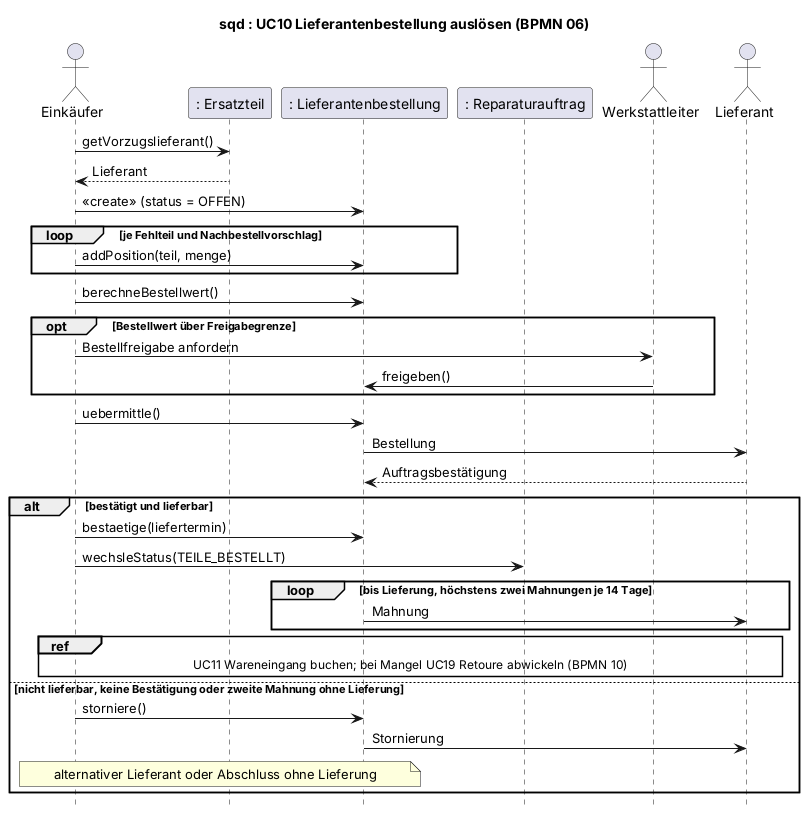
This is 2_uml/entwurf-plantuml/sequenz-06-nachbestellvorschlag.png from jakobschwan123-cmd/casestudy-semester-3, a PlantUML export, as it was before one commit. Source of this version:
```plantuml
@startuml
title sqd : UC10 Lieferantenbestellung auslösen (BPMN 06)
skinparam defaultFontName Arial
skinparam sequenceMessageAlign left
skinparam maxMessageSize 170
hide footbox

actor "Einkäufer" as E
participant ": Ersatzteil" as ET
participant ": Lieferantenbestellung" as BEST
participant ": Reparaturauftrag" as RA
actor Werkstattleiter as WL
actor Lieferant

E -> ET : getVorzugslieferant()
ET --> E : Lieferant
E -> BEST : <<create>> (status = OFFEN)
loop je Fehlteil und Nachbestellvorschlag
    E -> BEST : addPosition(teil, menge)
end
E -> BEST : berechneBestellwert()
opt Bestellwert über Freigabegrenze
    E -> WL : Bestellfreigabe anfordern
    WL -> BEST : freigeben()
end
E -> BEST : uebermittle()
BEST -> Lieferant : Bestellung
Lieferant --> BEST : Auftragsbestätigung
alt bestätigt und lieferbar
    E -> BEST : bestaetige(liefertermin)
    E -> RA : wechsleStatus(TEILE_BESTELLT)
    loop bis Lieferung, höchstens zwei Mahnungen je 14 Tage
        BEST -> Lieferant : Mahnung
    end
    ref over E, BEST, Lieferant : UC11 Wareneingang buchen; bei Mangel UC19 Retoure abwickeln (BPMN 10)
else nicht lieferbar, keine Bestätigung oder zweite Mahnung ohne Lieferung
    E -> BEST : storniere()
    BEST -> Lieferant : Stornierung
    note over E, BEST : alternativer Lieferant oder Abschluss ohne Lieferung
end
@enduml
```
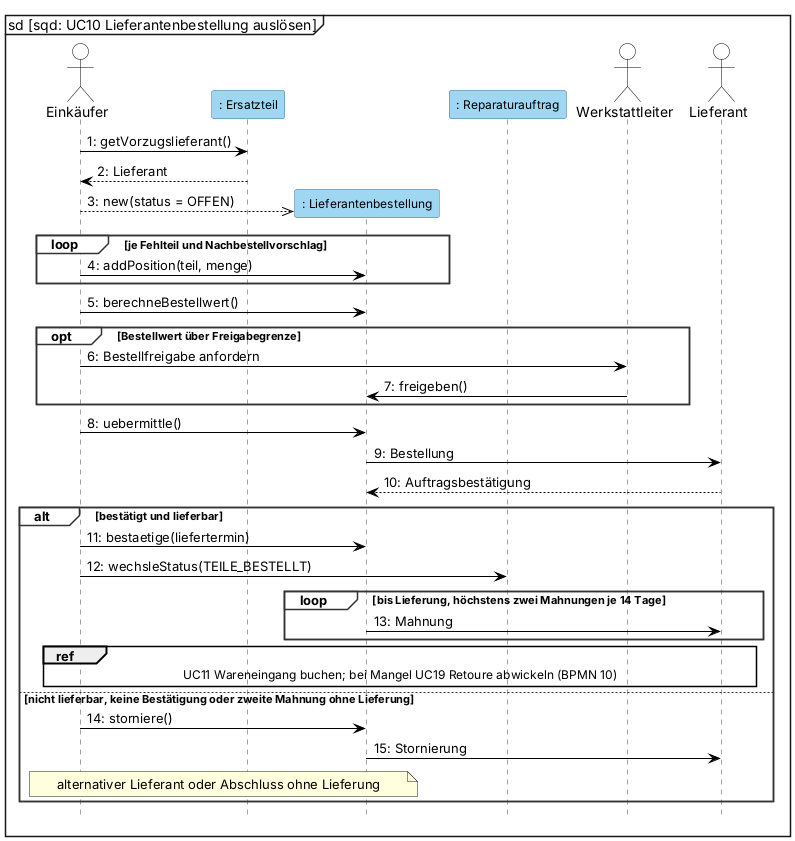
The same diagram one commit later.

What changed in the source:
```diff
@@ -1,9 +1,24 @@
 @startuml
-title sqd : UC10 Lieferantenbestellung auslösen (BPMN 06)
+mainframe sd [sqd: UC10 Lieferantenbestellung auslösen]
 skinparam defaultFontName Arial
 skinparam sequenceMessageAlign left
 skinparam maxMessageSize 170
+skinparam shadowing false
+skinparam sequence {
+  ParticipantBackgroundColor #9FD6F2
+  ParticipantBorderColor #2E6E99
+  ParticipantFontSize 12
+  ActorBackgroundColor white
+  ActorBorderColor black
+  LifeLineBorderColor #444444
+  LifeLineBackgroundColor #9FD6F2
+  GroupBorderColor #333333
+  GroupBackgroundColor white
+  GroupHeaderFontStyle bold
+  ArrowColor black
+}
 hide footbox
+autonumber "0:"
 
 actor "Einkäufer" as E
 participant ": Ersatzteil" as ET
@@ -14,7 +29,8 @@
 
 E -> ET : getVorzugslieferant()
 ET --> E : Lieferant
-E -> BEST : <<create>> (status = OFFEN)
+create BEST
+E -->> BEST : new(status = OFFEN)
 loop je Fehlteil und Nachbestellvorschlag
     E -> BEST : addPosition(teil, menge)
 end
```
